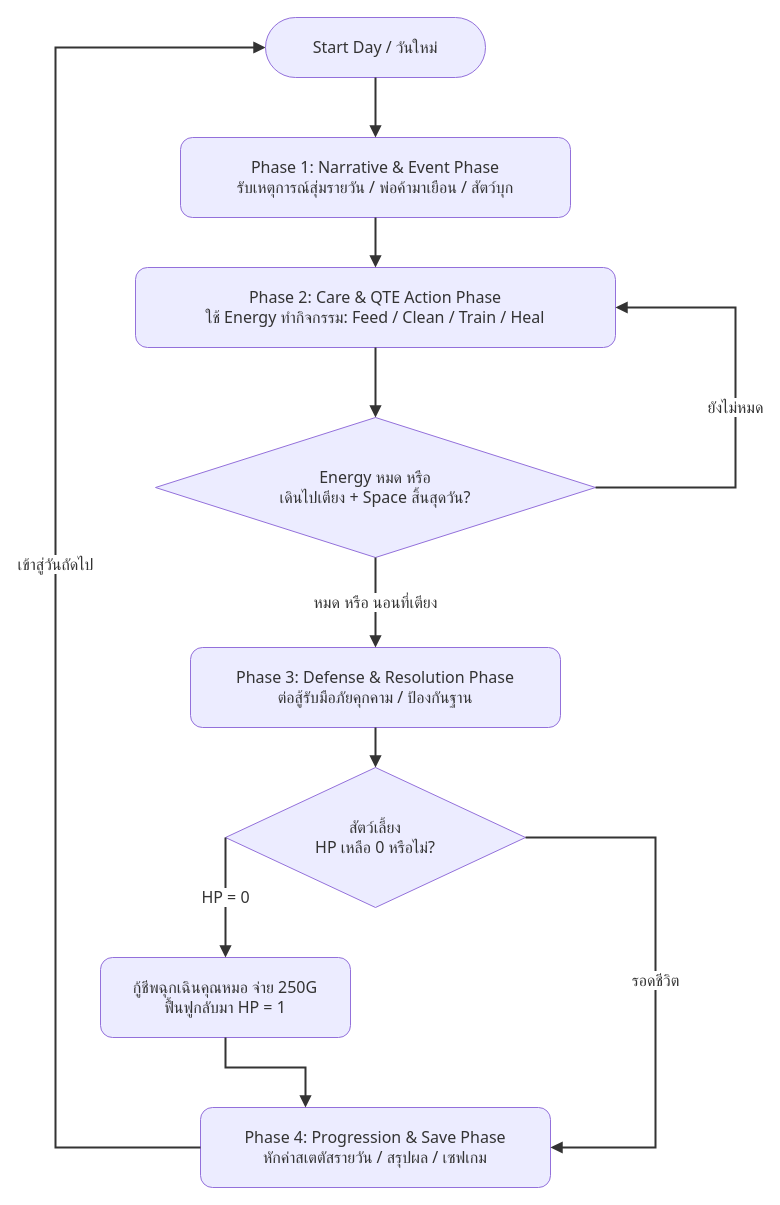
The draw.io diagram BEPAL/Docs/GDD/diagrams/core-loop-day.drawio in SShoww/CoProjectBepal, before the edit. Source tidied: cells renumbered, new cells numbered last; positions are measured from the earlier drawing's top-left corner, leaving out a move shared by most shapes. Both pictures are drawn from the tidied source at 100%, with x=0, y=0 at pixel (55, 17).
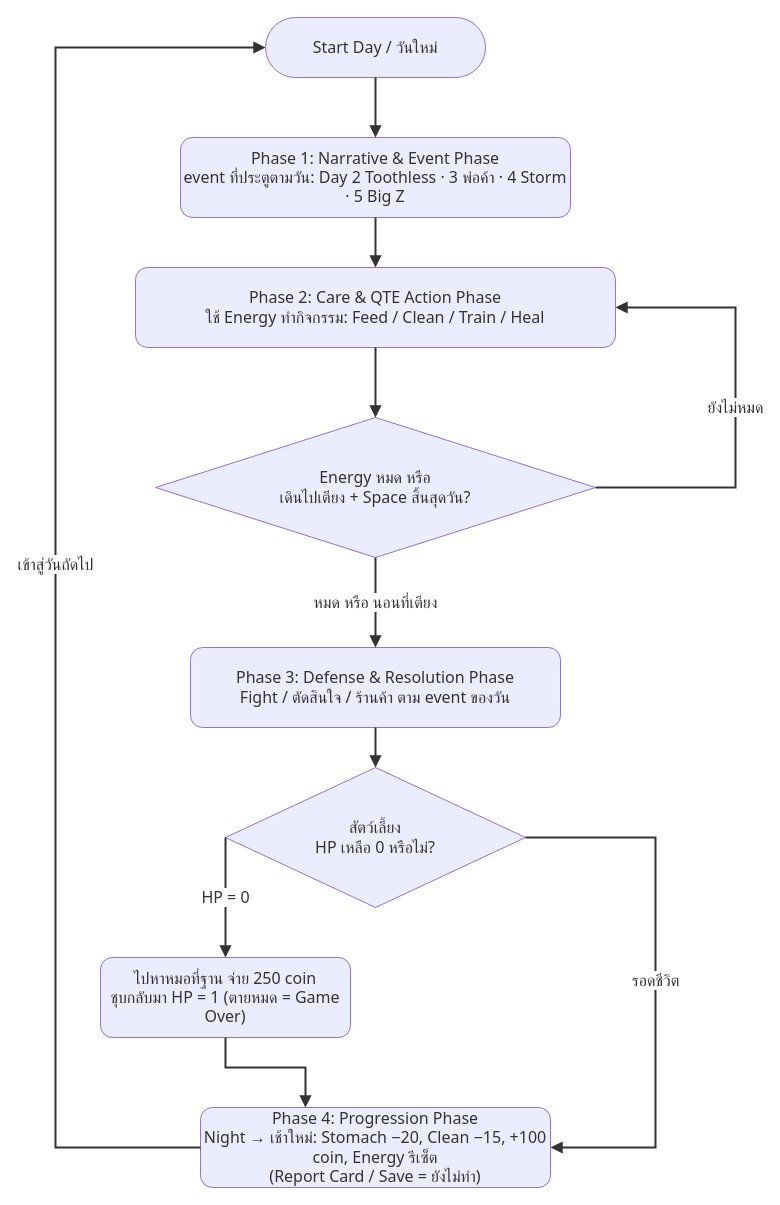
The same page after the edit.

What changed in the source:
```diff
@@
-    <mxCell id="3" value="Phase 1: Narrative &amp; Event Phase&lt;br&gt;รับเหตุการณ์สุ่มรายวัน / พ่อค้ามาเยือน / สัตว์บุก" style="html=1;whiteSpace=wrap;strokeWidth=1;fillColor=light-dark(#ECECFF,#1f2020);strokeColor=light-dark(#9370DB,#cccccc);fontColor=light-dark(#333333,#cccccc);fontFamily=Tahoma,Leelawadee UI,Trebuchet MS,sans-serif;fontSize=16;rounded=1;" parent="1" vertex="1">
+    <mxCell id="3" value="Phase 1: Narrative &amp; Event Phase&lt;br&gt;event ที่ประตูตามวัน: Day 2 Toothless · 3 พ่อค้า · 4 Storm · 5 Big Z" style="html=1;whiteSpace=wrap;strokeWidth=1;fillColor=light-dark(#ECECFF,#1f2020);strokeColor=light-dark(#9370DB,#cccccc);fontColor=light-dark(#333333,#cccccc);fontFamily=Tahoma,Leelawadee UI,Trebuchet MS,sans-serif;fontSize=16;rounded=1;" parent="1" vertex="1">
       <mxGeometry x="125" y="120" width="390" height="80" as="geometry" />
     </mxCell>
@@
-    <mxCell id="6" value="Phase 3: Defense &amp; Resolution Phase&lt;br&gt;ต่อสู้รับมือภัยคุกคาม / ป้องกันฐาน" style="html=1;whiteSpace=wrap;strokeWidth=1;fillColor=light-dark(#ECECFF,#1f2020);strokeColor=light-dark(#9370DB,#cccccc);fontColor=light-dark(#333333,#cccccc);fontFamily=Tahoma,Leelawadee UI,Trebuchet MS,sans-serif;fontSize=16;rounded=1;" parent="1" vertex="1">
+    <mxCell id="6" value="Phase 3: Defense &amp; Resolution Phase&lt;br&gt;Fight / ตัดสินใจ / ร้านค้า ตาม event ของวัน" style="html=1;whiteSpace=wrap;strokeWidth=1;fillColor=light-dark(#ECECFF,#1f2020);strokeColor=light-dark(#9370DB,#cccccc);fontColor=light-dark(#333333,#cccccc);fontFamily=Tahoma,Leelawadee UI,Trebuchet MS,sans-serif;fontSize=16;rounded=1;" parent="1" vertex="1">
       <mxGeometry x="135" y="630" width="370" height="80" as="geometry" />
     </mxCell>
@@
-    <mxCell id="8" value="กู้ชีพฉุกเฉินคุณหมอ จ่าย 250G&lt;br&gt;ฟื้นฟูกลับมา HP = 1" style="html=1;whiteSpace=wrap;strokeWidth=1;fillColor=light-dark(#ECECFF,#1f2020);strokeColor=light-dark(#9370DB,#cccccc);fontColor=light-dark(#333333,#cccccc);fontFamily=Tahoma,Leelawadee UI,Trebuchet MS,sans-serif;fontSize=16;rounded=1;" parent="1" vertex="1">
+    <mxCell id="8" value="ไปหาหมอที่ฐาน จ่าย 250 coin&lt;br&gt;ชุบกลับมา HP = 1 (ตายหมด = Game Over)" style="html=1;whiteSpace=wrap;strokeWidth=1;fillColor=light-dark(#ECECFF,#1f2020);strokeColor=light-dark(#9370DB,#cccccc);fontColor=light-dark(#333333,#cccccc);fontFamily=Tahoma,Leelawadee UI,Trebuchet MS,sans-serif;fontSize=16;rounded=1;" parent="1" vertex="1">
       <mxGeometry x="45" y="940" width="250" height="80" as="geometry" />
     </mxCell>
-    <mxCell id="9" value="Phase 4: Progression &amp; Save Phase&lt;br&gt;หักค่าสเตตัสรายวัน / สรุปผล / เซฟเกม" style="html=1;whiteSpace=wrap;strokeWidth=1;fillColor=light-dark(#ECECFF,#1f2020);strokeColor=light-dark(#9370DB,#cccccc);fontColor=light-dark(#333333,#cccccc);fontFamily=Tahoma,Leelawadee UI,Trebuchet MS,sans-serif;fontSize=16;rounded=1;" parent="1" vertex="1">
+    <mxCell id="9" value="Phase 4: Progression Phase&lt;br&gt;Night → เช้าใหม่: Stomach −20, Clean −15, +100 coin, Energy รีเซ็ต&lt;br&gt;(Report Card / Save = ยังไม่ทำ)" style="html=1;whiteSpace=wrap;strokeWidth=1;fillColor=light-dark(#ECECFF,#1f2020);strokeColor=light-dark(#9370DB,#cccccc);fontColor=light-dark(#333333,#cccccc);fontFamily=Tahoma,Leelawadee UI,Trebuchet MS,sans-serif;fontSize=16;rounded=1;" parent="1" vertex="1">
       <mxGeometry x="145" y="1090" width="350" height="80" as="geometry" />
     </mxCell>
```
